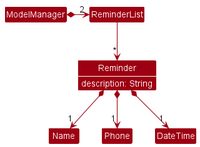
Above: docs/images/ReminderClassDiagram.png in nus-cs2103-AY2223S1/tp (PlantUML), before the change. The source it was exported from:
```plantuml
@startuml
!include style.puml
show Reminder attributes
skinparam arrowThickness 1.1
skinparam arrowColor MODEL_COLOR
skinparam classAttributeIconSize 0
skinparam classBackgroundColor MODEL_COLOR

Class Reminder {
    description: String
}

ModelManager *-right-> "2" ReminderList
ReminderList -down-> "*" Reminder
Reminder *-down-> "1" Name
Reminder *-down-> "1" Phone
Reminder *-down-> "1" DateTime
@enduml
```
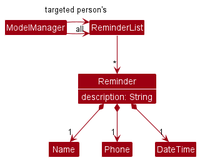
The same diagram one commit later.

Commit message:
Update reminder class diagram

The edit, as a diff of the source:
```diff
@@ -10,7 +10,8 @@
     description: String
 }
 
-ModelManager *-right-> "2" ReminderList
+ModelManager -right-> "all" ReminderList
+ModelManager -right-> "targeted person's" ReminderList
 ReminderList -down-> "*" Reminder
 Reminder *-down-> "1" Name
 Reminder *-down-> "1" Phone
```
